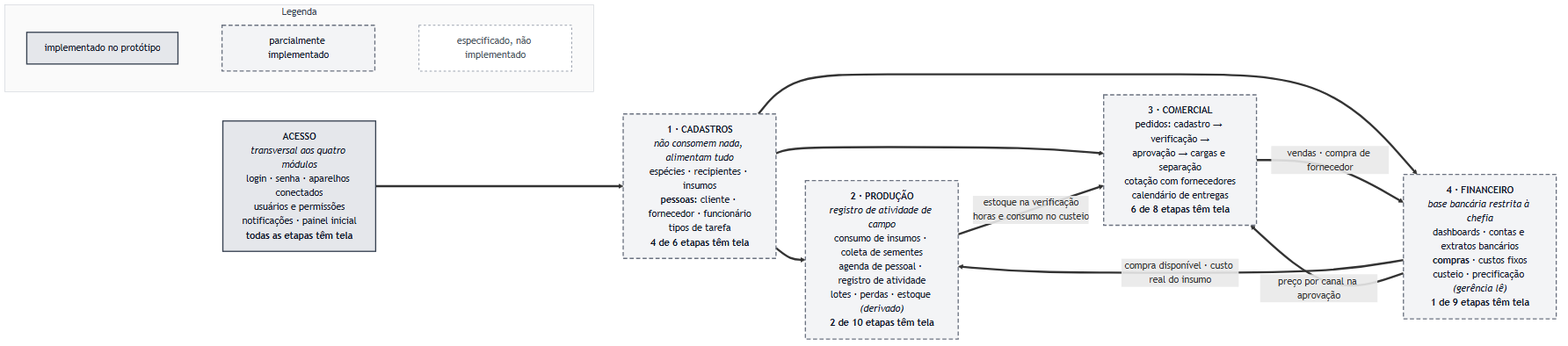
The Mermaid diagram docs/rotinas/img/mapa-sistema-v2.png in JoaoMudar/mudar, before a commit. Its source is kept beside it as docs/rotinas/img/mapa-sistema-v2.mmd. Its diagram source:
```mermaid
flowchart LR
  ACC["<b>ACESSO</b><br/><i>transversal aos quatro módulos</i><br/>login · senha · aparelhos conectados<br/>usuários e permissões<br/>notificações · painel inicial<br/><b>todas as etapas têm tela</b>"]

  CAD["<b>1 · CADASTROS</b><br/><i>não consomem nada, alimentam tudo</i><br/>espécies · recipientes · insumos<br/><b>pessoas</b>: cliente · fornecedor · funcionário<br/>tipos de tarefa<br/><b>4 de 6 etapas têm tela</b>"]

  PRO["<b>2 · PRODUÇÃO</b><br/><i>registro de atividade de campo</i><br/>consumo de insumos · coleta de sementes<br/>agenda de pessoal · registro de atividade<br/>lotes · perdas · estoque <i>(derivado)</i><br/><b>2 de 10 etapas têm tela</b>"]

  COM["<b>3 · COMERCIAL</b><br/>pedidos: cadastro → verificação →<br/>aprovação → cargas e separação<br/>cotação com fornecedores<br/>calendário de entregas<br/><b>6 de 8 etapas têm tela</b>"]

  FIN["<b>4 · FINANCEIRO</b><br/><i>base bancária restrita à chefia</i><br/>dashboards · contas e extratos bancários<br/><b>compras</b> · custos fixos<br/>custeio · precificação <i>(gerência lê)</i><br/><b>1 de 9 etapas têm tela</b>"]

  ACC ==> CAD

  CAD ==> PRO
  CAD ==> COM
  CAD ==> FIN

  FIN ==>|"compra disponível · custo real do insumo"| PRO
  PRO ==>|"estoque na verificação<br/>horas e consumo no custeio"| COM
  COM ==>|"vendas · compra de fornecedor"| FIN
  FIN ==>|"preço por canal na aprovação"| COM

  subgraph LEG["Legenda"]
    direction LR
    L1["implementado no protótipo"]
    L2["parcialmente implementado"]
    L3["especificado, não implementado"]
    L1 ~~~ L2 ~~~ L3
  end

  classDef ok fill:#dcfce7,stroke:#16a34a,stroke-width:2px,color:#111
  classDef meio fill:#fef3c7,stroke:#d97706,stroke-width:2px,color:#111
  classDef falta fill:#fee2e2,stroke:#dc2626,stroke-width:2px,color:#111
  classDef grupo fill:#f8fafc,stroke:#cbd5e1,stroke-width:1px,color:#334155
  classDef ator fill:#374151,stroke:#111827,stroke-width:2px,color:#f9fafb
  classDef decisao fill:#e2e8f0,stroke:#475569,stroke-width:2px,color:#111

  class ACC,L1 ok
  class CAD,PRO,COM,FIN,L2 meio
  class L3 falta
  class LEG grupo
```
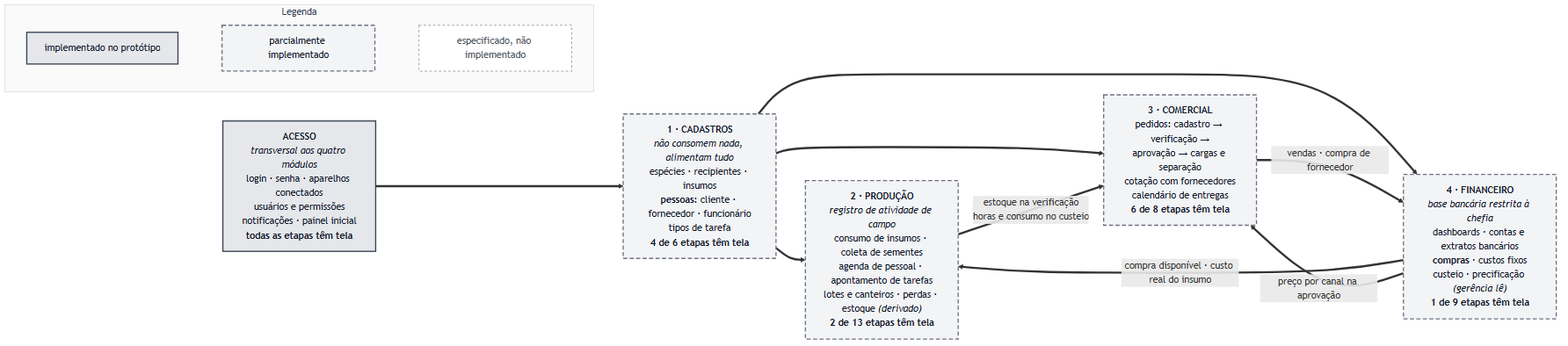
The same diagram one commit later.

The edit, as a diff of the source:
```diff
@@ -3,7 +3,7 @@
 
   CAD["<b>1 · CADASTROS</b><br/><i>não consomem nada, alimentam tudo</i><br/>espécies · recipientes · insumos<br/><b>pessoas</b>: cliente · fornecedor · funcionário<br/>tipos de tarefa<br/><b>4 de 6 etapas têm tela</b>"]
 
-  PRO["<b>2 · PRODUÇÃO</b><br/><i>registro de atividade de campo</i><br/>consumo de insumos · coleta de sementes<br/>agenda de pessoal · registro de atividade<br/>lotes · perdas · estoque <i>(derivado)</i><br/><b>2 de 10 etapas têm tela</b>"]
+  PRO["<b>2 · PRODUÇÃO</b><br/><i>registro de atividade de campo</i><br/>consumo de insumos · coleta de sementes<br/>agenda de pessoal · apontamento de tarefas<br/>lotes e canteiros · perdas · estoque <i>(derivado)</i><br/><b>2 de 13 etapas têm tela</b>"]
 
   COM["<b>3 · COMERCIAL</b><br/>pedidos: cadastro → verificação →<br/>aprovação → cargas e separação<br/>cotação com fornecedores<br/>calendário de entregas<br/><b>6 de 8 etapas têm tela</b>"]
 
```
